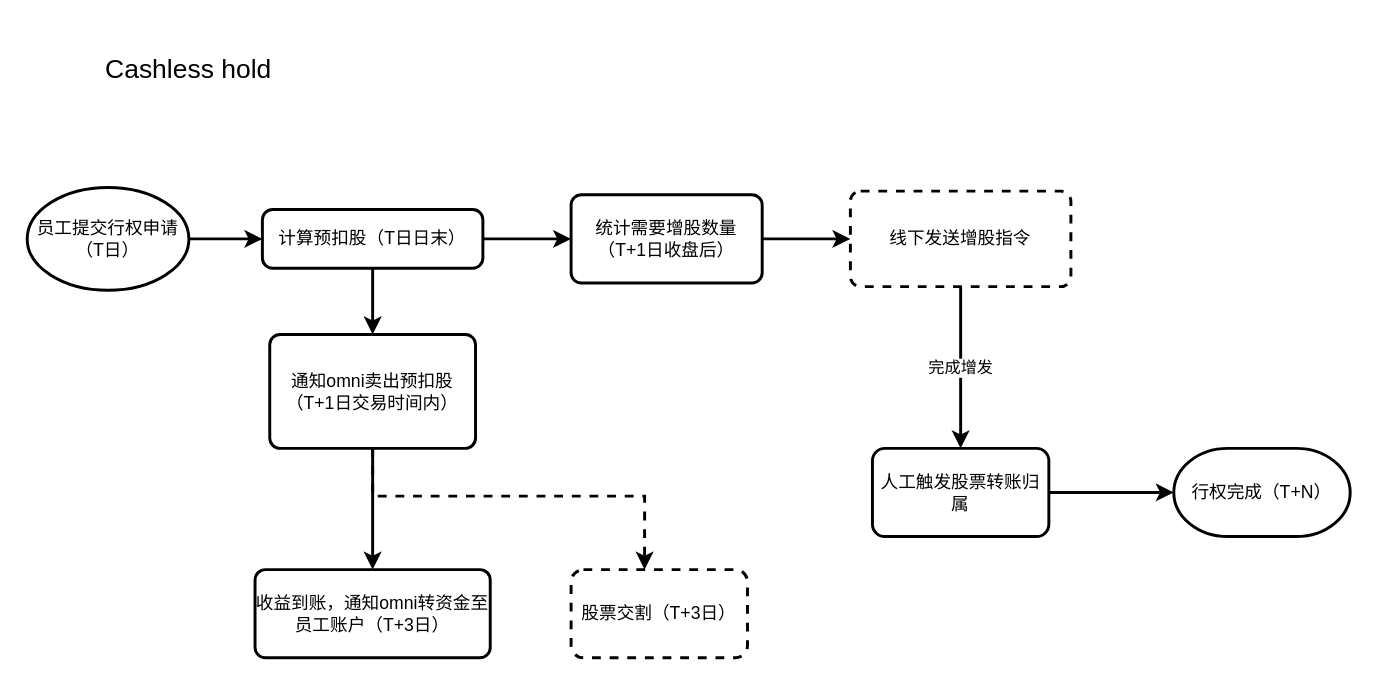
The draw.io diagram 实时增发-Cashless hold.drawio in fengyong7723131/xiaoye, before the edit. Source tidied: cells renumbered, new cells numbered last; positions are measured from the earlier drawing's top-left corner, leaving out a move shared by most shapes. Both pictures are drawn from the tidied source at 147%, with x=0, y=0 at pixel (26, 25).
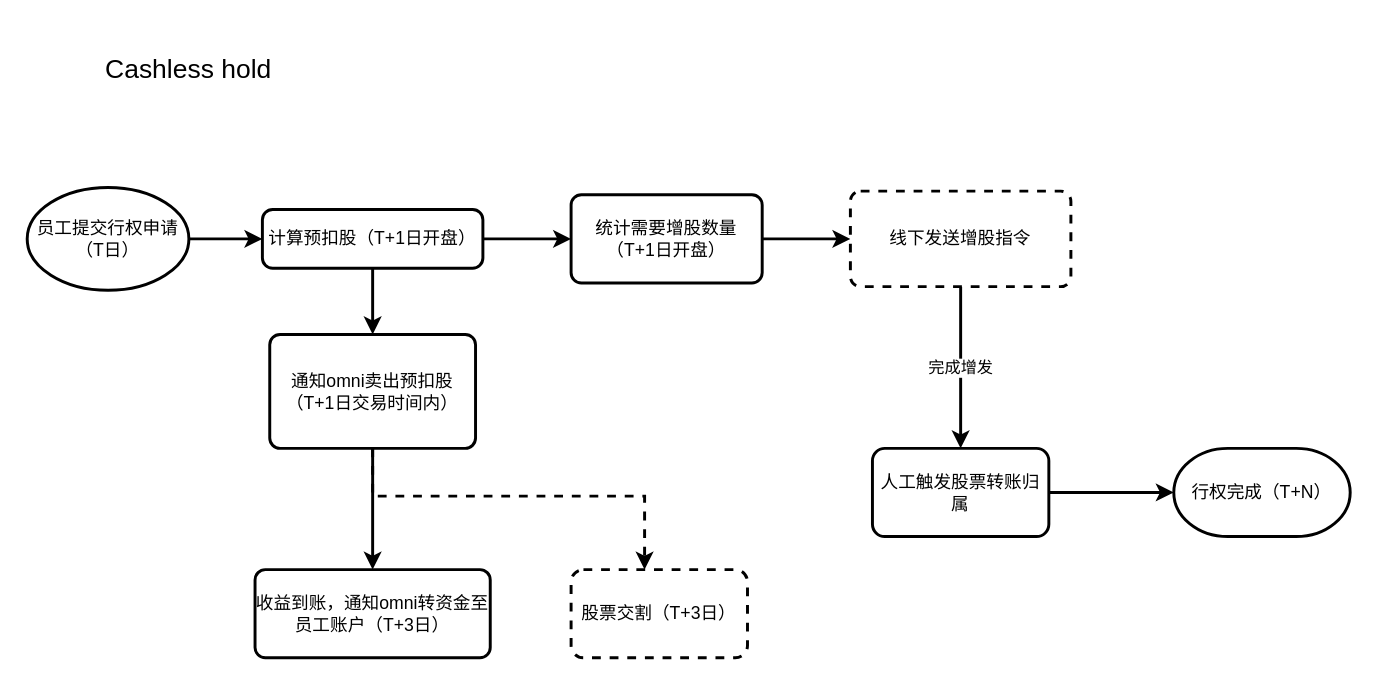
The same page after the edit.

Commit message:
更新实时增发-Cashless hold.drawio

Change to the diagram source:
```diff
@@
-    <mxCell id="7" value="计算预扣股（T日日末）" style="rounded=1;whiteSpace=wrap;html=1;absoluteArcSize=1;arcSize=14;strokeWidth=2;" parent="1" vertex="1">
+    <mxCell id="7" value="计算预扣股（T+1日开盘）" style="rounded=1;whiteSpace=wrap;html=1;absoluteArcSize=1;arcSize=14;strokeWidth=2;" parent="1" vertex="1">
       <mxGeometry x="160" y="125" width="150" height="40" as="geometry" />
     </mxCell>
@@
-    <mxCell id="12" value="统计需要增股数量（T+1日收盘后）" style="rounded=1;whiteSpace=wrap;html=1;absoluteArcSize=1;arcSize=14;strokeWidth=2;" parent="1" vertex="1">
+    <mxCell id="12" value="统计需要增股数量（T+1日开盘）" style="rounded=1;whiteSpace=wrap;html=1;absoluteArcSize=1;arcSize=14;strokeWidth=2;" parent="1" vertex="1">
       <mxGeometry x="370" y="115" width="130" height="60" as="geometry" />
     </mxCell>
```
